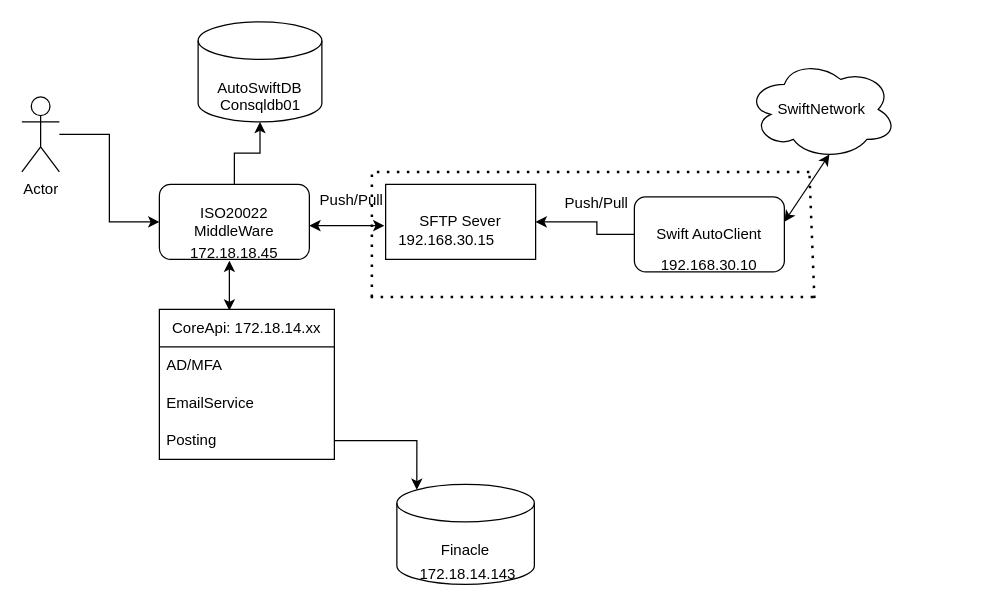
Above: SWIFTISO20022 CONVERTER.drawio in AKINTOG/Digitalskill (draw.io), before the change. Source tidied: cells renumbered, new cells numbered last; positions are measured from the earlier drawing's top-left corner, leaving out a move shared by most shapes. Both pictures are drawn from the tidied source at 125%, with x=0, y=0 at pixel (21, 21). Pictures stored in the file or linked from it are replaced by grey dashed boxes.
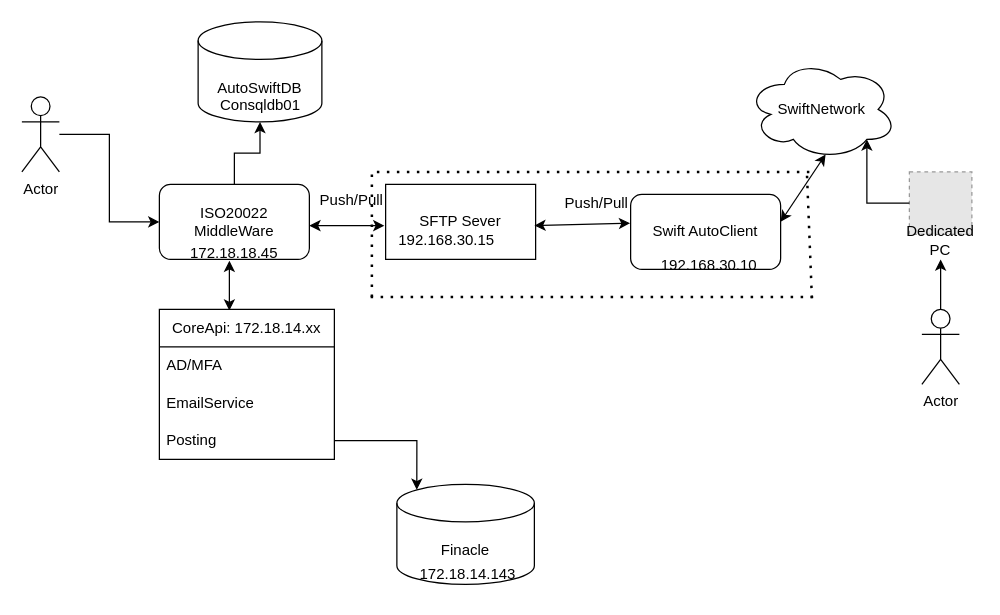
The same diagram, later.

Unchanged cells that the change refers to:
```xml
<mxCell id="4" value="SFTP Sever" style="rounded=0;whiteSpace=wrap;html=1;" parent="1" vertex="1">
  <mxGeometry x="291" y="130" width="120" height="60" as="geometry" />
</mxCell>
<mxCell id="8" value="SwiftNetwork" style="ellipse;shape=cloud;whiteSpace=wrap;html=1;" parent="1" vertex="1">
  <mxGeometry x="580" y="30" width="120" height="80" as="geometry" />
</mxCell>
```

What changed in the source:
```diff
@@
-    <mxCell id="6" style="edgeStyle=orthogonalEdgeStyle;rounded=0;jettySize=auto;html=1;" parent="1" edge="1" source="7" target="4">
-      <mxGeometry relative="1" as="geometry">
-        <Array as="points">
-          <mxPoint x="460" y="170" />
-          <mxPoint x="460" y="160" />
-        </Array>
-      </mxGeometry>
-    </mxCell>
     <mxCell id="7" value="Swift AutoClient" style="rounded=1;whiteSpace=wrap;html=1;" parent="1" vertex="1">
-      <mxGeometry x="490" y="140" width="120" height="60" as="geometry" />
+      <mxGeometry x="487" y="138" width="120" height="60" as="geometry" />
     </mxCell>
@@
-    <mxCell id="10" style="endArrow=classic;startArrow=classic;html=1;rounded=0;entryX=0.55;entryY=0.95;entryDx=0;entryDy=0;entryPerimeter=0;" parent="1" edge="1" target="8">
+    <mxCell id="10" style="endArrow=classic;startArrow=classic;html=1;rounded=0;entryX=0.55;entryY=0.95;entryDx=0;entryDy=0;entryPerimeter=0;" parent="1" edge="1">
       <mxGeometry relative="1" as="geometry">
-        <mxPoint x="610" y="160" as="sourcePoint" />
+        <mxPoint x="607" y="160" as="sourcePoint" />
+        <mxPoint x="643" y="106" as="targetPoint" />
       </mxGeometry>
     </mxCell>
@@
     <mxCell id="28" style="endArrow=none;dashed=1;html=1;dashPattern=1 3;strokeWidth=2;rounded=0;" parent="1" edge="1">
       <mxGeometry relative="1" as="geometry">
-        <mxPoint x="634" y="221" as="sourcePoint" />
-        <mxPoint x="630" y="120" as="targetPoint" />
+        <mxPoint x="632" y="221" as="sourcePoint" />
+        <mxPoint x="628" y="120" as="targetPoint" />
       </mxGeometry>
     </mxCell>
@@
+    <mxCell id="30" style="endArrow=classic;startArrow=classic;html=1;rounded=0;entryX=-0.028;entryY=0.633;entryDx=0;entryDy=0;entryPerimeter=0;" parent="1" edge="1">
+      <mxGeometry relative="1" as="geometry">
+        <mxPoint x="410" y="163" as="sourcePoint" />
+        <mxPoint x="486.6" y="161" as="targetPoint" />
+      </mxGeometry>
+    </mxCell>
+    <mxCell id="31" style="edgeStyle=orthogonalEdgeStyle;rounded=0;jettySize=auto;html=1;" parent="1" edge="1" source="32" target="34">
+      <mxGeometry relative="1" as="geometry" />
+    </mxCell>
+    <mxCell id="32" value="Actor" style="shape=umlActor;verticalLabelPosition=bottom;verticalAlign=top;html=1;outlineConnect=0;" parent="1" vertex="1">
+      <mxGeometry x="720" y="230" width="30" height="60" as="geometry" />
+    </mxCell>
+    <mxCell id="33" style="fillColor=#E6E6E6;strokeColor=#999999;dashed=1;html=1;verticalAlign=top;verticalLabelPosition=bottom;labelBackgroundColor=#ffffff;" parent="1" vertex="1">
+      <mxGeometry x="710" y="120" width="50" height="50" as="geometry" />
+    </mxCell>
+    <mxCell id="34" value="Dedicated PC" style="text;html=1;whiteSpace=wrap;strokeColor=none;fillColor=none;align=center;verticalAlign=middle;rounded=0;" parent="1" vertex="1">
+      <mxGeometry x="705" y="160" width="60" height="30" as="geometry" />
+    </mxCell>
+    <mxCell id="35" style="edgeStyle=orthogonalEdgeStyle;rounded=0;jettySize=auto;html=1;entryX=0.8;entryY=0.8;entryDx=0;entryDy=0;entryPerimeter=0;" parent="1" edge="1" source="33" target="8">
+      <mxGeometry relative="1" as="geometry" />
+    </mxCell>
```
